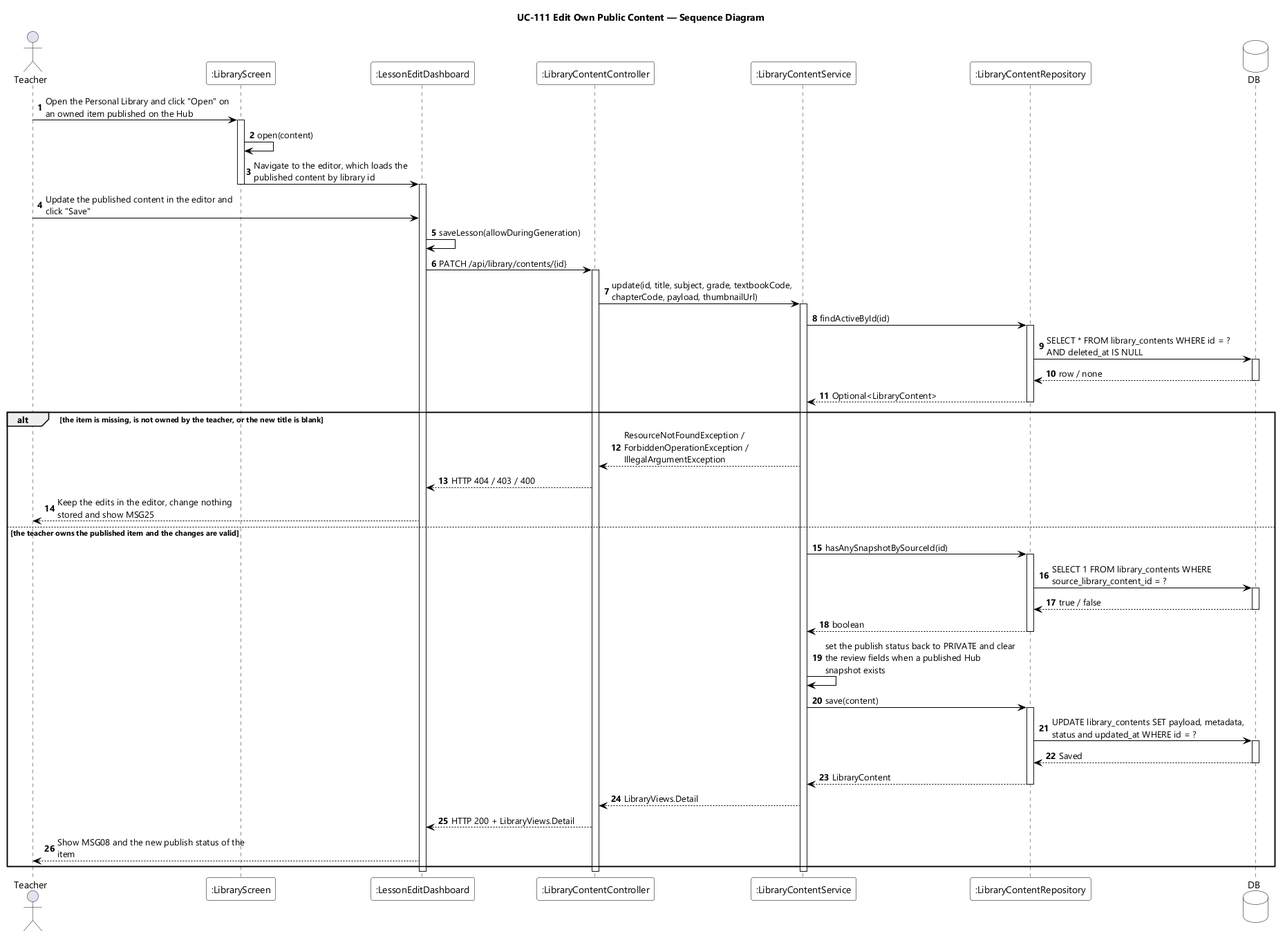
Earlier version of the PlantUML export designs/sds-diagrams/uc111/uc111-sequence-diagram.png (EduA-system/EduA-system).
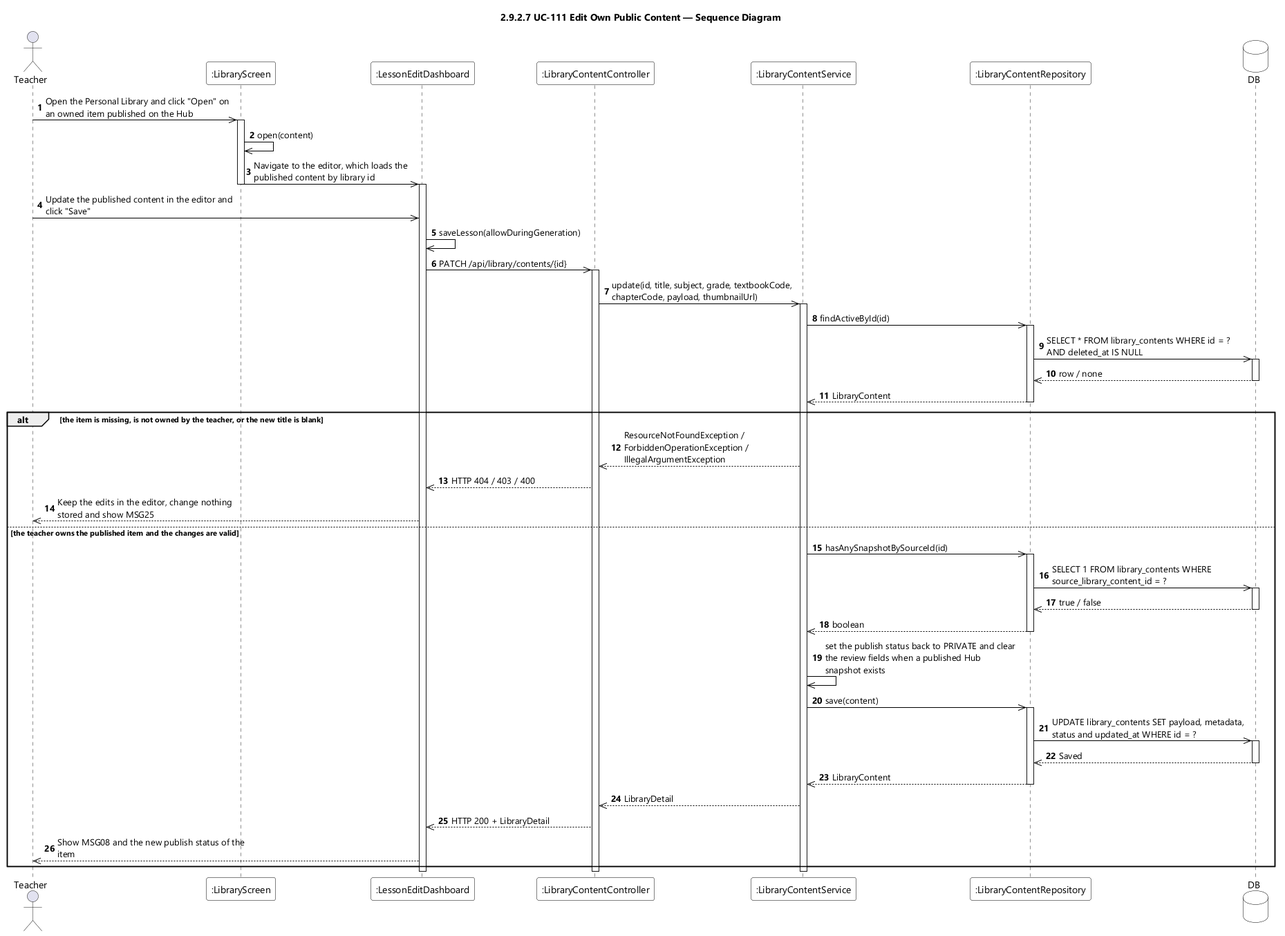
Later version of the same file.

What changed in the source:
```diff
@@ -9,7 +9,7 @@
 skinparam ArrowColor #000000
 skinparam sequenceMessageAlign left
 skinparam maxMessageSize 280
-title UC-111 Edit Own Public Content — Sequence Diagram
+title 2.9.2.7 UC-111 Edit Own Public Content — Sequence Diagram
 
 actor Teacher
 participant ":LibraryScreen" as LIB
@@ -20,54 +20,54 @@
 database DB
 
 autonumber
-Teacher -> LIB : Open the Personal Library and click "Open" on an owned item published on the Hub
+Teacher ->> LIB : Open the Personal Library and click "Open" on an owned item published on the Hub
 activate LIB
-LIB -> LIB : open(content)
-LIB -> EDT : Navigate to the editor, which loads the published content by library id
+LIB ->> LIB : open(content)
+LIB ->> EDT : Navigate to the editor, which loads the published content by library id
 deactivate LIB
 activate EDT
-Teacher -> EDT : Update the published content in the editor and click "Save"
-EDT -> EDT : saveLesson(allowDuringGeneration)
-EDT -> CTL : PATCH /api/library/contents/{id}
+Teacher ->> EDT : Update the published content in the editor and click "Save"
+EDT ->> EDT : saveLesson(allowDuringGeneration)
+EDT ->> CTL : PATCH /api/library/contents/{id}
 activate CTL
-CTL -> SVC : update(id, title, subject, grade, textbookCode, chapterCode, payload, thumbnailUrl)
+CTL ->> SVC : update(id, title, subject, grade, textbookCode, chapterCode, payload, thumbnailUrl)
 activate SVC
 
-SVC -> REPO : findActiveById(id)
+SVC ->> REPO : findActiveById(id)
 activate REPO
-REPO -> DB : SELECT * FROM library_contents WHERE id = ? AND deleted_at IS NULL
+REPO ->> DB : SELECT * FROM library_contents WHERE id = ? AND deleted_at IS NULL
 activate DB
-DB --> REPO : row / none
+DB -->> REPO : row / none
 deactivate DB
-REPO --> SVC : Optional<LibraryContent>
+REPO -->> SVC : LibraryContent
 deactivate REPO
 
 alt the item is missing, is not owned by the teacher, or the new title is blank
-  SVC --> CTL : ResourceNotFoundException / ForbiddenOperationException / IllegalArgumentException
-  CTL --> EDT : HTTP 404 / 403 / 400
-  EDT --> Teacher : Keep the edits in the editor, change nothing stored and show MSG25
+  SVC -->> CTL : ResourceNotFoundException / ForbiddenOperationException / IllegalArgumentException
+  CTL -->> EDT : HTTP 404 / 403 / 400
+  EDT -->> Teacher : Keep the edits in the editor, change nothing stored and show MSG25
 
 else the teacher owns the published item and the changes are valid
-  SVC -> REPO : hasAnySnapshotBySourceId(id)
+  SVC ->> REPO : hasAnySnapshotBySourceId(id)
   activate REPO
-  REPO -> DB : SELECT 1 FROM library_contents WHERE source_library_content_id = ?
+  REPO ->> DB : SELECT 1 FROM library_contents WHERE source_library_content_id = ?
   activate DB
-  DB --> REPO : true / false
+  DB -->> REPO : true / false
   deactivate DB
-  REPO --> SVC : boolean
+  REPO -->> SVC : boolean
   deactivate REPO
-  SVC -> SVC : set the publish status back to PRIVATE and clear the review fields when a published Hub snapshot exists
-  SVC -> REPO : save(content)
+  SVC ->> SVC : set the publish status back to PRIVATE and clear the review fields when a published Hub snapshot exists
+  SVC ->> REPO : save(content)
   activate REPO
-  REPO -> DB : UPDATE library_contents SET payload, metadata, status and updated_at WHERE id = ?
+  REPO ->> DB : UPDATE library_contents SET payload, metadata, status and updated_at WHERE id = ?
   activate DB
-  DB --> REPO : Saved
+  DB -->> REPO : Saved
   deactivate DB
-  REPO --> SVC : LibraryContent
+  REPO -->> SVC : LibraryContent
   deactivate REPO
-  SVC --> CTL : LibraryViews.Detail
-  CTL --> EDT : HTTP 200 + LibraryViews.Detail
-  EDT --> Teacher : Show MSG08 and the new publish status of the item
+  SVC -->> CTL : LibraryDetail
+  CTL -->> EDT : HTTP 200 + LibraryDetail
+  EDT -->> Teacher : Show MSG08 and the new publish status of the item
 end
 
 deactivate SVC
```
